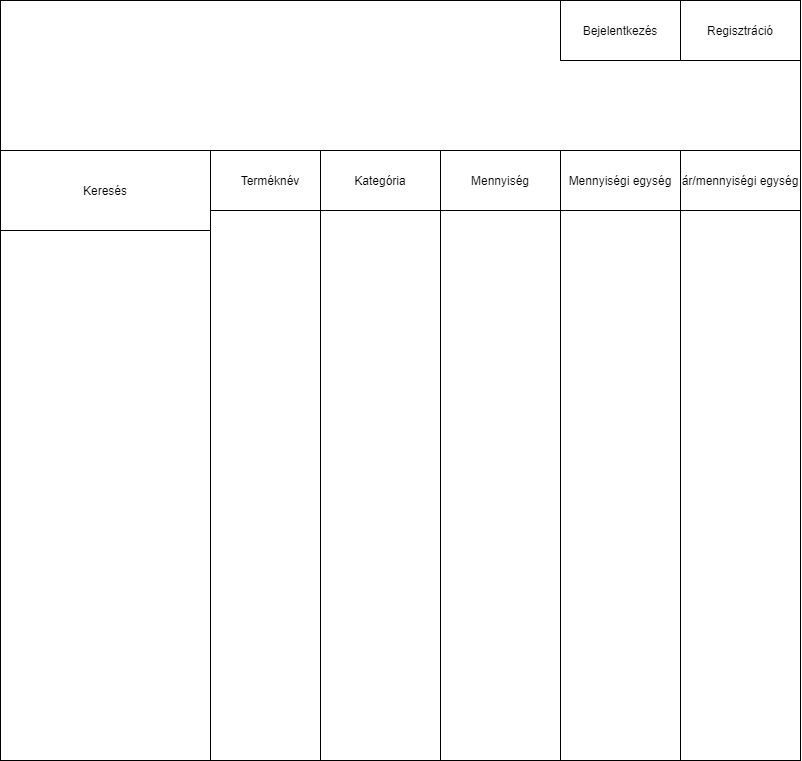
utassydenis/AFP2021_1_K0800_Csapat4 keeps this draw.io diagram as pictures/Főoldal.drawio.png. Above is the earlier version. Source tidied: cells renumbered, new cells last; positions are measured from the earlier drawing's top-left corner, leaving out a move shared by most shapes.
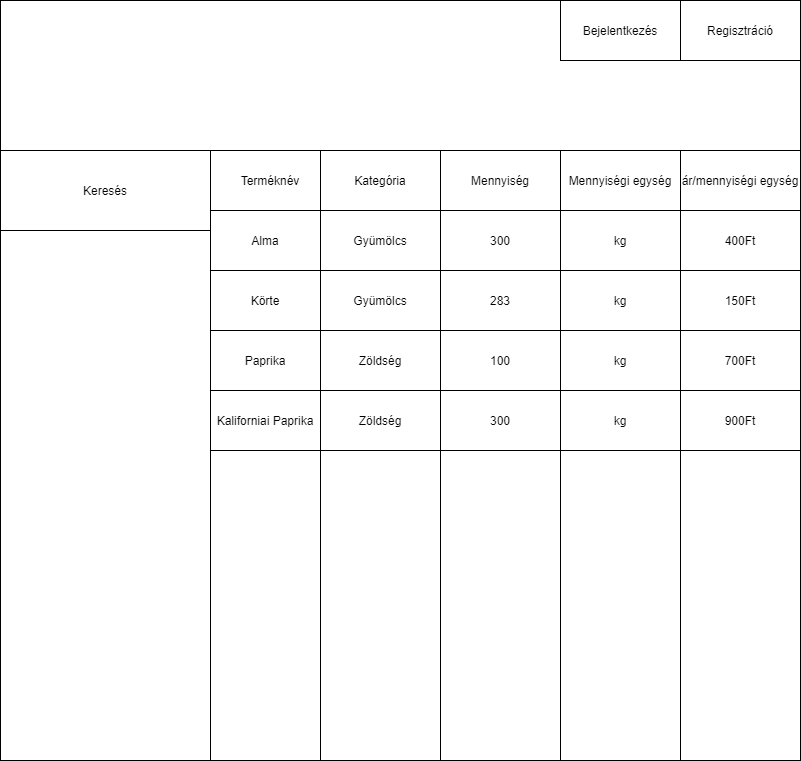
The same file after the commit.

Commit message:
Added list elements to the screen view plan of home page without login

Diff of the diagram source:
```diff
@@ -47,5 +47,65 @@
     <mxCell id="16" value="Regisztráció" style="rounded=0;whiteSpace=wrap;html=1;" parent="1" vertex="1">
       <mxGeometry x="680" width="120" height="60" as="geometry" />
     </mxCell>
+    <mxCell id="17" value="Alma" style="rounded=0;whiteSpace=wrap;html=1;" parent="1" vertex="1">
+      <mxGeometry x="210" y="210" width="110" height="60" as="geometry" />
+    </mxCell>
+    <mxCell id="18" value="Gyümölcs" style="rounded=0;whiteSpace=wrap;html=1;" parent="1" vertex="1">
+      <mxGeometry x="320" y="210" width="120" height="60" as="geometry" />
+    </mxCell>
+    <mxCell id="19" value="300" style="rounded=0;whiteSpace=wrap;html=1;" parent="1" vertex="1">
+      <mxGeometry x="440" y="210" width="120" height="60" as="geometry" />
+    </mxCell>
+    <mxCell id="20" value="kg" style="rounded=0;whiteSpace=wrap;html=1;" parent="1" vertex="1">
+      <mxGeometry x="560" y="210" width="120" height="60" as="geometry" />
+    </mxCell>
+    <mxCell id="21" value="400Ft" style="rounded=0;whiteSpace=wrap;html=1;" parent="1" vertex="1">
+      <mxGeometry x="680" y="210" width="120" height="60" as="geometry" />
+    </mxCell>
+    <mxCell id="22" value="Körte" style="rounded=0;whiteSpace=wrap;html=1;" parent="1" vertex="1">
+      <mxGeometry x="210" y="270" width="110" height="60" as="geometry" />
+    </mxCell>
+    <mxCell id="23" value="Gyümölcs" style="rounded=0;whiteSpace=wrap;html=1;" parent="1" vertex="1">
+      <mxGeometry x="320" y="270" width="120" height="60" as="geometry" />
+    </mxCell>
+    <mxCell id="24" value="283" style="rounded=0;whiteSpace=wrap;html=1;" parent="1" vertex="1">
+      <mxGeometry x="440" y="270" width="120" height="60" as="geometry" />
+    </mxCell>
+    <mxCell id="25" value="kg" style="rounded=0;whiteSpace=wrap;html=1;" parent="1" vertex="1">
+      <mxGeometry x="560" y="270" width="120" height="60" as="geometry" />
+    </mxCell>
+    <mxCell id="26" value="150Ft" style="rounded=0;whiteSpace=wrap;html=1;" parent="1" vertex="1">
+      <mxGeometry x="680" y="270" width="120" height="60" as="geometry" />
+    </mxCell>
+    <mxCell id="27" value="Paprika" style="rounded=0;whiteSpace=wrap;html=1;" parent="1" vertex="1">
+      <mxGeometry x="210" y="330" width="110" height="60" as="geometry" />
+    </mxCell>
+    <mxCell id="28" value="Zöldség" style="rounded=0;whiteSpace=wrap;html=1;" parent="1" vertex="1">
+      <mxGeometry x="320" y="330" width="120" height="60" as="geometry" />
+    </mxCell>
+    <mxCell id="29" value="100" style="rounded=0;whiteSpace=wrap;html=1;" parent="1" vertex="1">
+      <mxGeometry x="440" y="330" width="120" height="60" as="geometry" />
+    </mxCell>
+    <mxCell id="30" value="kg" style="rounded=0;whiteSpace=wrap;html=1;" parent="1" vertex="1">
+      <mxGeometry x="560" y="330" width="120" height="60" as="geometry" />
+    </mxCell>
+    <mxCell id="31" value="700Ft" style="rounded=0;whiteSpace=wrap;html=1;" parent="1" vertex="1">
+      <mxGeometry x="680" y="330" width="120" height="60" as="geometry" />
+    </mxCell>
+    <mxCell id="32" value="Kaliforniai Paprika" style="rounded=0;whiteSpace=wrap;html=1;" parent="1" vertex="1">
+      <mxGeometry x="210" y="390" width="110" height="60" as="geometry" />
+    </mxCell>
+    <mxCell id="33" value="Zöldség" style="rounded=0;whiteSpace=wrap;html=1;" parent="1" vertex="1">
+      <mxGeometry x="320" y="390" width="120" height="60" as="geometry" />
+    </mxCell>
+    <mxCell id="34" value="300" style="rounded=0;whiteSpace=wrap;html=1;" parent="1" vertex="1">
+      <mxGeometry x="440" y="390" width="120" height="60" as="geometry" />
+    </mxCell>
+    <mxCell id="35" value="kg" style="rounded=0;whiteSpace=wrap;html=1;" parent="1" vertex="1">
+      <mxGeometry x="560" y="390" width="120" height="60" as="geometry" />
+    </mxCell>
+    <mxCell id="36" value="900Ft" style="rounded=0;whiteSpace=wrap;html=1;" parent="1" vertex="1">
+      <mxGeometry x="680" y="390" width="120" height="60" as="geometry" />
+    </mxCell>
   </root>
 </mxGraphModel>
```
